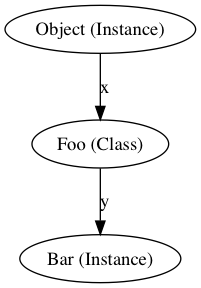
Above: examples/call-graph.png in jamesmoriarty/call-graph (Graphviz), before the change. Its source is kept beside it as examples/call-graph.dot.
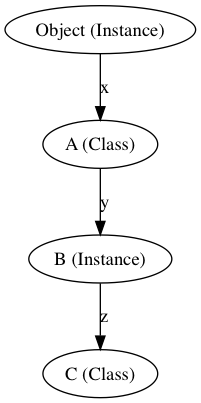
The same diagram one commit later.

What changed in the source:
```diff
@@ -1,4 +1,5 @@
 digraph call_graph {
-  "Object (Instance)" -> "Foo (Class)" [label="x"];
-  "Foo (Class)" -> "Bar (Instance)" [label="y"];
+  "Object (Instance)" -> "A (Class)" [label="x"];
+  "A (Class)" -> "B (Instance)" [label="y"];
+  "B (Instance)" -> "C (Class)" [label="z"];
 }
```
